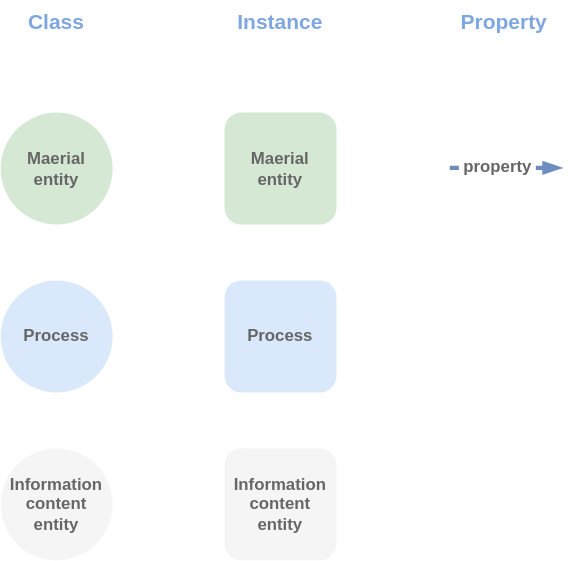
This is Concepts/ConceptLegend.svg from RDFBones/RDFBonesGraphics, a draw.io export, as it was before one commit. Source tidied: cells renumbered, new cells last; positions are measured from the earlier drawing's top-left corner, leaving out a move shared by most shapes. Source of this version:
```xml
<mxGraphModel>
  <root>
    <mxCell id="0" />
    <mxCell id="1" parent="0" />
    <mxCell id="2" value="&lt;font color=&quot;#666666&quot;&gt;&lt;b&gt;Process&lt;br&gt;&lt;/b&gt;&lt;/font&gt;" style="ellipse;whiteSpace=wrap;html=1;fillColor=#dae8fc;strokeColor=none;" parent="1" vertex="1">
      <mxGeometry y="200" width="80" height="80" as="geometry" />
    </mxCell>
    <mxCell id="3" value="&lt;font color=&quot;#666666&quot;&gt;&lt;b&gt;Information content entity&lt;br&gt;&lt;/b&gt;&lt;/font&gt;" style="ellipse;whiteSpace=wrap;html=1;fillColor=#f5f5f5;fontColor=#333333;strokeColor=none;" parent="1" vertex="1">
      <mxGeometry y="320" width="80" height="80" as="geometry" />
    </mxCell>
    <mxCell id="4" style="endArrow=blockThin;html=1;fillColor=#dae8fc;strokeColor=#6c8ebf;strokeWidth=3;endFill=1;" parent="1" edge="1">
      <mxGeometry relative="1" as="geometry">
        <mxPoint x="321" y="119.5" as="sourcePoint" />
        <mxPoint x="401" y="119.5" as="targetPoint" />
      </mxGeometry>
    </mxCell>
    <mxCell id="5" value="&lt;font color=&quot;#666666&quot;&gt;&lt;span style=&quot;font-size: 12px&quot;&gt;&lt;b&gt;&amp;nbsp;property&amp;nbsp;&lt;br&gt;&lt;/b&gt;&lt;/span&gt;&lt;/font&gt;" style="edgeLabel;html=1;align=center;verticalAlign=middle;rotation=0;" parent="4" vertex="1">
      <mxGeometry x="-0.46" y="2" relative="1" as="geometry">
        <mxPoint x="12" y="1" as="offset" />
      </mxGeometry>
    </mxCell>
    <mxCell id="6" value="&lt;font color=&quot;#666666&quot;&gt;&lt;b&gt;Maerial &lt;br&gt;entity&lt;br&gt;&lt;/b&gt;&lt;/font&gt;" style="ellipse;whiteSpace=wrap;html=1;fillColor=#d5e8d4;strokeColor=none;" parent="1" vertex="1">
      <mxGeometry y="80" width="80" height="80" as="geometry" />
    </mxCell>
    <mxCell id="7" value="&lt;font color=&quot;#7ea6e0&quot;&gt;Class&lt;/font&gt;" style="text;html=1;strokeColor=none;fillColor=none;align=center;verticalAlign=middle;whiteSpace=wrap;rounded=0;fontSize=15;fontStyle=1;" parent="1" vertex="1">
      <mxGeometry x="10" width="60" height="30" as="geometry" />
    </mxCell>
    <mxCell id="8" value="&lt;font color=&quot;#666666&quot;&gt;&lt;b&gt;Process&lt;br&gt;&lt;/b&gt;&lt;/font&gt;" style="rectangle;whiteSpace=wrap;html=1;fillColor=#dae8fc;strokeColor=none;rounded=1;" parent="1" vertex="1">
      <mxGeometry x="160" y="200" width="80" height="80" as="geometry" />
    </mxCell>
    <mxCell id="9" value="&lt;font color=&quot;#666666&quot;&gt;&lt;b&gt;Information content entity&lt;br&gt;&lt;/b&gt;&lt;/font&gt;" style="rectangle;whiteSpace=wrap;html=1;fillColor=#f5f5f5;fontColor=#333333;strokeColor=none;rounded=1;" parent="1" vertex="1">
      <mxGeometry x="160" y="320" width="80" height="80" as="geometry" />
    </mxCell>
    <mxCell id="10" value="&lt;font color=&quot;#666666&quot;&gt;&lt;b&gt;Maerial &lt;br&gt;entity&lt;br&gt;&lt;/b&gt;&lt;/font&gt;" style="rectangle;whiteSpace=wrap;html=1;fillColor=#d5e8d4;strokeColor=none;perimeter=ellipsePerimeter;rounded=1;" parent="1" vertex="1">
      <mxGeometry x="160" y="80" width="80" height="80" as="geometry" />
    </mxCell>
    <mxCell id="11" value="&lt;font color=&quot;#7ea6e0&quot;&gt;Instance&lt;/font&gt;" style="text;html=1;strokeColor=none;fillColor=none;align=center;verticalAlign=middle;whiteSpace=wrap;rounded=0;fontSize=15;fontStyle=1;" parent="1" vertex="1">
      <mxGeometry x="170" width="60" height="30" as="geometry" />
    </mxCell>
    <mxCell id="12" value="&lt;font color=&quot;#7ea6e0&quot;&gt;Property&lt;/font&gt;" style="text;html=1;strokeColor=none;fillColor=none;align=center;verticalAlign=middle;whiteSpace=wrap;rounded=0;fontSize=15;fontStyle=1;" parent="1" vertex="1">
      <mxGeometry x="330" width="60" height="30" as="geometry" />
    </mxCell>
  </root>
</mxGraphModel>
```
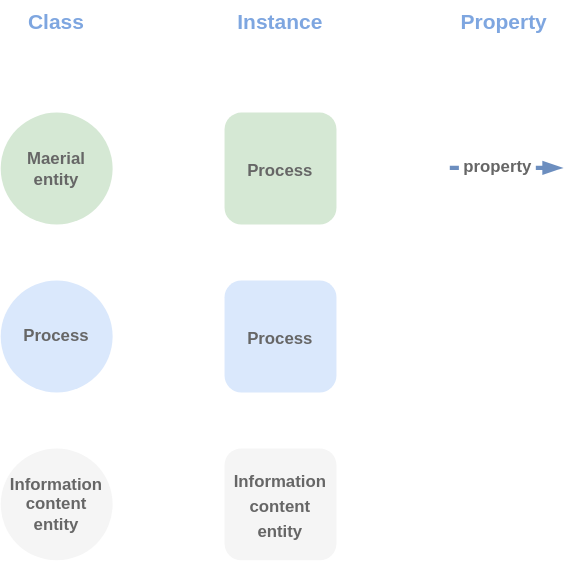
Later version of the same file.

Commit message:
Added legend for concept drawings.

Diff of the diagram source:
```diff
@@ -25,20 +25,20 @@
     <mxCell id="7" value="&lt;font color=&quot;#7ea6e0&quot;&gt;Class&lt;/font&gt;" style="text;html=1;strokeColor=none;fillColor=none;align=center;verticalAlign=middle;whiteSpace=wrap;rounded=0;fontSize=15;fontStyle=1;" parent="1" vertex="1">
       <mxGeometry x="10" width="60" height="30" as="geometry" />
     </mxCell>
-    <mxCell id="8" value="&lt;font color=&quot;#666666&quot;&gt;&lt;b&gt;Process&lt;br&gt;&lt;/b&gt;&lt;/font&gt;" style="rectangle;whiteSpace=wrap;html=1;fillColor=#dae8fc;strokeColor=none;rounded=1;" parent="1" vertex="1">
-      <mxGeometry x="160" y="200" width="80" height="80" as="geometry" />
-    </mxCell>
-    <mxCell id="9" value="&lt;font color=&quot;#666666&quot;&gt;&lt;b&gt;Information content entity&lt;br&gt;&lt;/b&gt;&lt;/font&gt;" style="rectangle;whiteSpace=wrap;html=1;fillColor=#f5f5f5;fontColor=#333333;strokeColor=none;rounded=1;" parent="1" vertex="1">
-      <mxGeometry x="160" y="320" width="80" height="80" as="geometry" />
-    </mxCell>
-    <mxCell id="10" value="&lt;font color=&quot;#666666&quot;&gt;&lt;b&gt;Maerial &lt;br&gt;entity&lt;br&gt;&lt;/b&gt;&lt;/font&gt;" style="rectangle;whiteSpace=wrap;html=1;fillColor=#d5e8d4;strokeColor=none;perimeter=ellipsePerimeter;rounded=1;" parent="1" vertex="1">
-      <mxGeometry x="160" y="80" width="80" height="80" as="geometry" />
-    </mxCell>
     <mxCell id="11" value="&lt;font color=&quot;#7ea6e0&quot;&gt;Instance&lt;/font&gt;" style="text;html=1;strokeColor=none;fillColor=none;align=center;verticalAlign=middle;whiteSpace=wrap;rounded=0;fontSize=15;fontStyle=1;" parent="1" vertex="1">
       <mxGeometry x="170" width="60" height="30" as="geometry" />
     </mxCell>
     <mxCell id="12" value="&lt;font color=&quot;#7ea6e0&quot;&gt;Property&lt;/font&gt;" style="text;html=1;strokeColor=none;fillColor=none;align=center;verticalAlign=middle;whiteSpace=wrap;rounded=0;fontSize=15;fontStyle=1;" parent="1" vertex="1">
       <mxGeometry x="330" width="60" height="30" as="geometry" />
     </mxCell>
+    <mxCell id="9" value="&lt;font size=&quot;1&quot; color=&quot;#666666&quot;&gt;&lt;b style=&quot;font-size: 12px;&quot;&gt;Information content entity&lt;/b&gt;&lt;/font&gt;" style="rounded=1;whiteSpace=wrap;html=1;fontSize=15;fontColor=#7EA6E0;fillColor=#F5F5F5;strokeColor=none;" parent="1" vertex="1">
+      <mxGeometry x="160" y="320" width="80" height="80" as="geometry" />
+    </mxCell>
+    <mxCell id="13" value="&lt;font size=&quot;1&quot; color=&quot;#666666&quot;&gt;&lt;b style=&quot;font-size: 12px;&quot;&gt;Process&lt;/b&gt;&lt;/font&gt;" style="rounded=1;whiteSpace=wrap;html=1;fontSize=15;fontColor=#7EA6E0;fillColor=#DAE8FC;strokeColor=none;" parent="1" vertex="1">
+      <mxGeometry x="160" y="200" width="80" height="80" as="geometry" />
+    </mxCell>
+    <mxCell id="14" value="&lt;font size=&quot;1&quot; color=&quot;#666666&quot;&gt;&lt;b style=&quot;font-size: 12px;&quot;&gt;Process&lt;/b&gt;&lt;/font&gt;" style="rounded=1;whiteSpace=wrap;html=1;fontSize=15;fontColor=#7EA6E0;fillColor=#D5E8D4;strokeColor=none;" parent="1" vertex="1">
+      <mxGeometry x="160" y="80" width="80" height="80" as="geometry" />
+    </mxCell>
   </root>
 </mxGraphModel>
```
